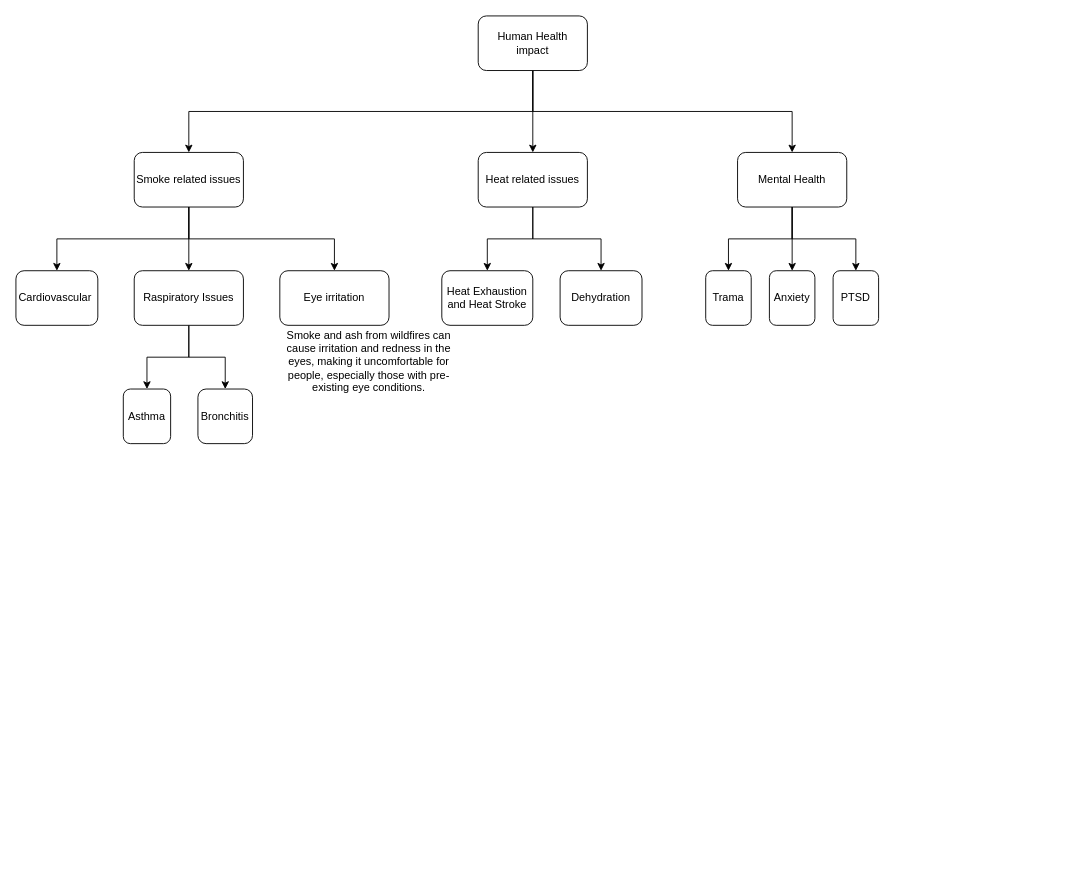
The draw.io diagram wildfire.drawio in cld4h/draw.io-documents, before the edit. Source tidied: cells renumbered, new cells numbered last; positions are measured from the earlier drawing's top-left corner, leaving out a move shared by most shapes. Both pictures are drawn from the tidied source at 91%, with x=0, y=0 at pixel (15, 15).
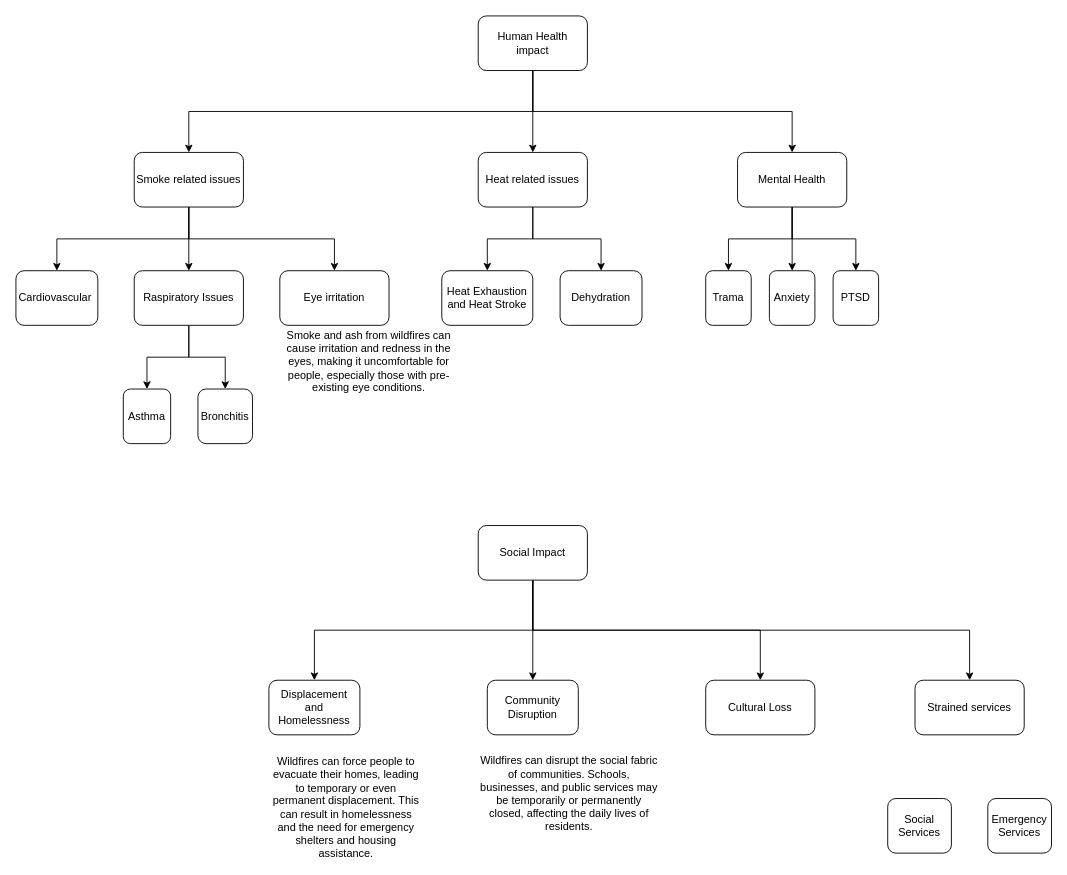
After the change.

Commit message:
Add social impacts of wildfire.drawio

Diff of the diagram source:
```diff
@@
+    <mxCell id="30" style="edgeStyle=orthogonalEdgeStyle;rounded=0;jettySize=auto;html=1;exitX=0.5;exitY=1;exitDx=0;exitDy=0;entryX=0.5;entryY=0;entryDx=0;entryDy=0;" parent="1" edge="1" source="34" target="35">
+      <mxGeometry relative="1" as="geometry" />
+    </mxCell>
+    <mxCell id="31" style="edgeStyle=orthogonalEdgeStyle;rounded=0;jettySize=auto;html=1;exitX=0.5;exitY=1;exitDx=0;exitDy=0;" parent="1" edge="1" source="34" target="36">
+      <mxGeometry relative="1" as="geometry" />
+    </mxCell>
+    <mxCell id="32" style="edgeStyle=orthogonalEdgeStyle;rounded=0;jettySize=auto;html=1;exitX=0.5;exitY=1;exitDx=0;exitDy=0;entryX=0.5;entryY=0;entryDx=0;entryDy=0;" parent="1" edge="1" source="34" target="37">
+      <mxGeometry relative="1" as="geometry" />
+    </mxCell>
+    <mxCell id="33" style="edgeStyle=orthogonalEdgeStyle;rounded=0;jettySize=auto;html=1;exitX=0.5;exitY=1;exitDx=0;exitDy=0;" parent="1" edge="1" source="34" target="38">
+      <mxGeometry relative="1" as="geometry" />
+    </mxCell>
+    <mxCell id="34" value="Social Impact" style="rounded=1;whiteSpace=wrap;html=1;" parent="1" vertex="1">
+      <mxGeometry x="508" y="560" width="120" height="60" as="geometry" />
+    </mxCell>
+    <mxCell id="35" value="Displacement&lt;br&gt;and Homelessness" style="rounded=1;whiteSpace=wrap;html=1;" parent="1" vertex="1">
+      <mxGeometry x="278" y="730" width="100" height="60" as="geometry" />
+    </mxCell>
+    <mxCell id="36" value="Community Disruption" style="rounded=1;whiteSpace=wrap;html=1;" parent="1" vertex="1">
+      <mxGeometry x="518" y="730" width="100" height="60" as="geometry" />
+    </mxCell>
+    <mxCell id="37" value="Cultural Loss" style="rounded=1;whiteSpace=wrap;html=1;" parent="1" vertex="1">
+      <mxGeometry x="758" y="730" width="120" height="60" as="geometry" />
+    </mxCell>
+    <mxCell id="38" value="Strained services" style="rounded=1;whiteSpace=wrap;html=1;" parent="1" vertex="1">
+      <mxGeometry x="988" y="730" width="120" height="60" as="geometry" />
+    </mxCell>
+    <mxCell id="39" value="Social Services" style="rounded=1;whiteSpace=wrap;html=1;" parent="1" vertex="1">
+      <mxGeometry x="958" y="860" width="70" height="60" as="geometry" />
+    </mxCell>
+    <mxCell id="40" value="Emergency&lt;br&gt;Services" style="rounded=1;whiteSpace=wrap;html=1;" parent="1" vertex="1">
+      <mxGeometry x="1068" y="860" width="70" height="60" as="geometry" />
+    </mxCell>
+    <mxCell id="41" value="Wildfires can disrupt the social fabric of communities. Schools, businesses, and public services may be temporarily or permanently closed, affecting the daily lives of residents." style="text;html=1;strokeColor=none;fillColor=none;align=center;verticalAlign=middle;whiteSpace=wrap;rounded=0;" parent="1" vertex="1">
+      <mxGeometry x="508" y="840" width="200" height="30" as="geometry" />
+    </mxCell>
+    <mxCell id="42" value="Wildfires can force people to evacuate their homes, leading to temporary or even permanent displacement. This can result in homelessness and the need for emergency shelters and housing assistance." style="text;html=1;strokeColor=none;fillColor=none;align=center;verticalAlign=middle;whiteSpace=wrap;rounded=0;" parent="1" vertex="1">
+      <mxGeometry x="278" y="840" width="170" height="60" as="geometry" />
+    </mxCell>
```
